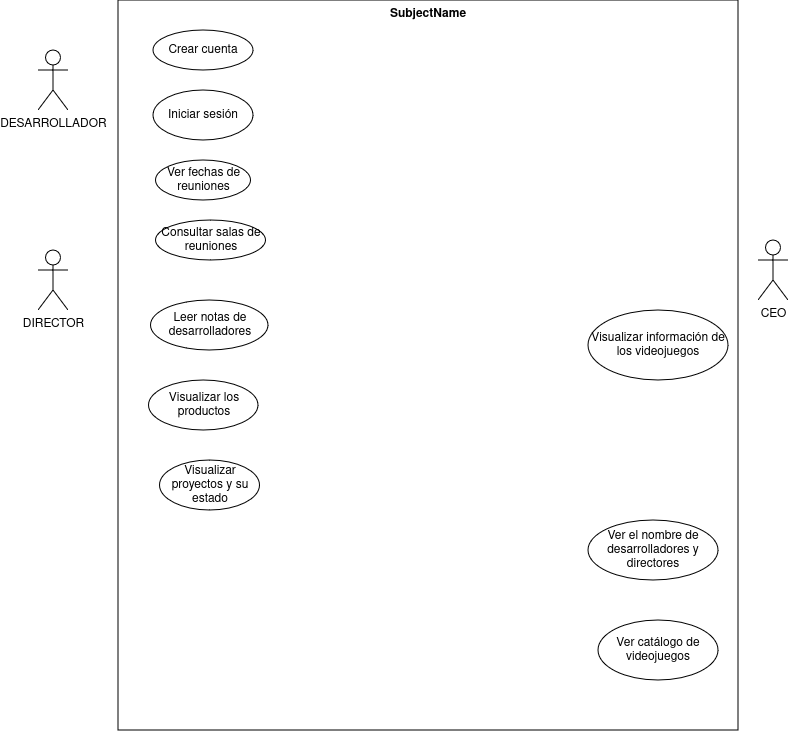
Above: images/casos-uso-app.png in Santyew/gamesgalactic (draw.io), before the change. Source tidied: cells renumbered, new cells last; positions are measured from the earlier drawing's top-left corner, leaving out a move shared by most shapes. Its diagram source:
```xml
<mxGraphModel>
  <root>
    <mxCell id="0" />
    <mxCell id="1" parent="0" />
    <mxCell id="2" value="DESARROLLADOR" style="shape=umlActor;html=1;verticalLabelPosition=bottom;verticalAlign=top;align=center;" parent="1" vertex="1">
      <mxGeometry y="50" width="30" height="60" as="geometry" />
    </mxCell>
    <mxCell id="3" value="DIRECTOR" style="shape=umlActor;html=1;verticalLabelPosition=bottom;verticalAlign=top;align=center;" parent="1" vertex="1">
      <mxGeometry y="250" width="30" height="60" as="geometry" />
    </mxCell>
    <mxCell id="4" value="&lt;div&gt;CEO&lt;/div&gt;&lt;div&gt;&lt;br&gt;&lt;/div&gt;" style="shape=umlActor;html=1;verticalLabelPosition=bottom;verticalAlign=top;align=center;" parent="1" vertex="1">
      <mxGeometry x="720" y="240" width="30" height="60" as="geometry" />
    </mxCell>
    <mxCell id="5" value="SubjectName" style="shape=rect;html=1;verticalAlign=top;fontStyle=1;whiteSpace=wrap;align=center;fillColor=none;" parent="1" vertex="1">
      <mxGeometry x="80" width="620" height="730" as="geometry" />
    </mxCell>
    <mxCell id="6" value="Iniciar sesión" style="ellipse;whiteSpace=wrap;html=1;" parent="1" vertex="1">
      <mxGeometry x="115" y="90" width="100" height="50" as="geometry" />
    </mxCell>
    <mxCell id="7" value="Ver fechas de reuniones" style="ellipse;whiteSpace=wrap;html=1;" parent="1" vertex="1">
      <mxGeometry x="117.5" y="160" width="95" height="40" as="geometry" />
    </mxCell>
    <mxCell id="8" value="Consultar salas de reuniones" style="ellipse;whiteSpace=wrap;html=1;" parent="1" vertex="1">
      <mxGeometry x="117.5" y="220" width="110" height="40" as="geometry" />
    </mxCell>
    <mxCell id="9" value="Leer notas de desarrolladores" style="ellipse;whiteSpace=wrap;html=1;" parent="1" vertex="1">
      <mxGeometry x="112.5" y="300" width="117.5" height="50" as="geometry" />
    </mxCell>
    <mxCell id="10" value="Visualizar información de los videojuegos" style="ellipse;whiteSpace=wrap;html=1;" parent="1" vertex="1">
      <mxGeometry x="550" y="310" width="140" height="70" as="geometry" />
    </mxCell>
    <mxCell id="11" value="Crear cuenta" style="ellipse;whiteSpace=wrap;html=1;" parent="1" vertex="1">
      <mxGeometry x="115" y="30" width="100" height="40" as="geometry" />
    </mxCell>
    <mxCell id="12" value="Ver catálogo de videojuegos" style="ellipse;whiteSpace=wrap;html=1;" parent="1" vertex="1">
      <mxGeometry x="560" y="620" width="120" height="60" as="geometry" />
    </mxCell>
    <mxCell id="13" value="Ver el nombre de desarrolladores y directores" style="ellipse;whiteSpace=wrap;html=1;" parent="1" vertex="1">
      <mxGeometry x="550" y="520" width="130" height="60" as="geometry" />
    </mxCell>
    <mxCell id="14" value="Visualizar los productos" style="ellipse;whiteSpace=wrap;html=1;" parent="1" vertex="1">
      <mxGeometry x="110.5" y="380" width="109.5" height="50" as="geometry" />
    </mxCell>
    <mxCell id="15" value="Visualizar proyectos y su estado" style="ellipse;whiteSpace=wrap;html=1;" parent="1" vertex="1">
      <mxGeometry x="121.5" y="460" width="100" height="50" as="geometry" />
    </mxCell>
  </root>
</mxGraphModel>
```
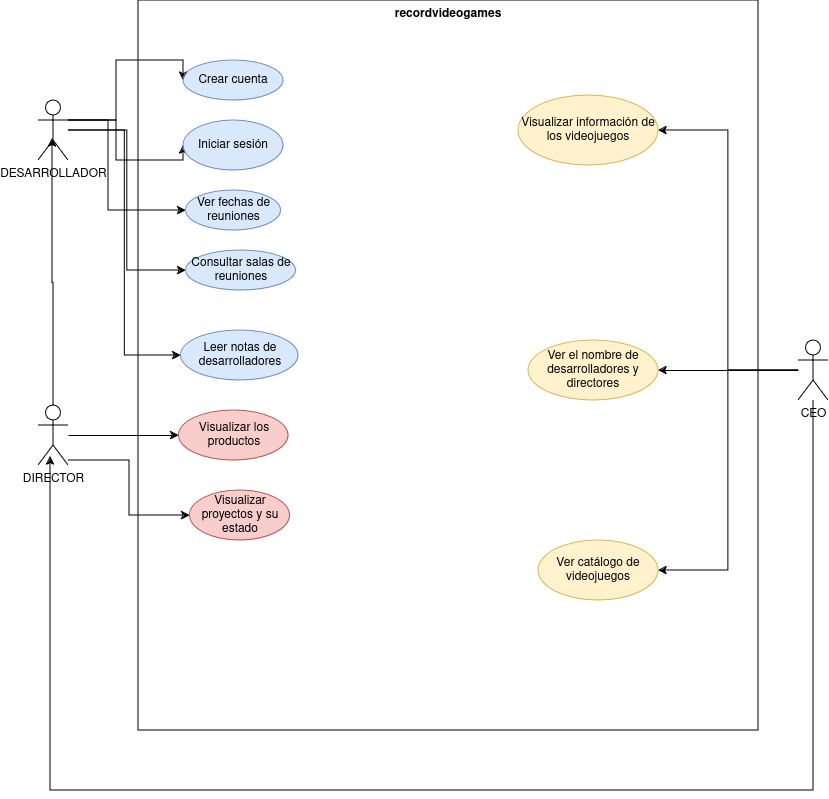
Above is the later version.

Diff of the diagram source:
```diff
@@ -2,47 +2,110 @@
   <root>
     <mxCell id="0" />
     <mxCell id="1" parent="0" />
+    <mxCell id="16" style="edgeStyle=orthogonalEdgeStyle;rounded=0;jettySize=auto;html=1;entryX=0;entryY=0.5;entryDx=0;entryDy=0;" parent="1" edge="1" source="2" target="11">
+      <mxGeometry relative="1" as="geometry">
+        <Array as="points">
+          <mxPoint x="48" y="90" />
+          <mxPoint x="48" y="30" />
+          <mxPoint x="115" y="30" />
+        </Array>
+      </mxGeometry>
+    </mxCell>
+    <mxCell id="17" style="edgeStyle=orthogonalEdgeStyle;rounded=0;jettySize=auto;html=1;entryX=0;entryY=0.5;entryDx=0;entryDy=0;" parent="1" edge="1" source="2" target="6">
+      <mxGeometry relative="1" as="geometry">
+        <Array as="points">
+          <mxPoint x="48" y="90" />
+          <mxPoint x="48" y="130" />
+          <mxPoint x="115" y="130" />
+        </Array>
+      </mxGeometry>
+    </mxCell>
+    <mxCell id="18" style="edgeStyle=orthogonalEdgeStyle;rounded=0;jettySize=auto;html=1;entryX=0;entryY=0.5;entryDx=0;entryDy=0;" parent="1" edge="1" source="2" target="7">
+      <mxGeometry relative="1" as="geometry">
+        <Array as="points">
+          <mxPoint x="40" y="90" />
+          <mxPoint x="40" y="180" />
+        </Array>
+      </mxGeometry>
+    </mxCell>
+    <mxCell id="19" style="edgeStyle=orthogonalEdgeStyle;rounded=0;jettySize=auto;html=1;entryX=0;entryY=0.5;entryDx=0;entryDy=0;" parent="1" edge="1" source="2" target="9">
+      <mxGeometry relative="1" as="geometry" />
+    </mxCell>
+    <mxCell id="20" style="edgeStyle=orthogonalEdgeStyle;rounded=0;jettySize=auto;html=1;entryX=0;entryY=0.5;entryDx=0;entryDy=0;" parent="1" edge="1" source="2" target="8">
+      <mxGeometry relative="1" as="geometry" />
+    </mxCell>
     <mxCell id="2" value="DESARROLLADOR" style="shape=umlActor;html=1;verticalLabelPosition=bottom;verticalAlign=top;align=center;" parent="1" vertex="1">
-      <mxGeometry y="50" width="30" height="60" as="geometry" />
+      <mxGeometry x="-30" y="70" width="30" height="60" as="geometry" />
     </mxCell>
+    <mxCell id="21" style="edgeStyle=orthogonalEdgeStyle;rounded=0;jettySize=auto;html=1;entryX=0;entryY=0.5;entryDx=0;entryDy=0;" parent="1" edge="1" source="3" target="14">
+      <mxGeometry relative="1" as="geometry" />
+    </mxCell>
+    <mxCell id="22" style="edgeStyle=orthogonalEdgeStyle;rounded=0;jettySize=auto;html=1;entryX=0;entryY=0.5;entryDx=0;entryDy=0;" parent="1" edge="1" source="3" target="15">
+      <mxGeometry relative="1" as="geometry">
+        <Array as="points">
+          <mxPoint x="61" y="430" />
+          <mxPoint x="61" y="485" />
+        </Array>
+      </mxGeometry>
+    </mxCell>
     <mxCell id="3" value="DIRECTOR" style="shape=umlActor;html=1;verticalLabelPosition=bottom;verticalAlign=top;align=center;" parent="1" vertex="1">
-      <mxGeometry y="250" width="30" height="60" as="geometry" />
+      <mxGeometry x="-30" y="375" width="30" height="60" as="geometry" />
     </mxCell>
+    <mxCell id="23" style="edgeStyle=orthogonalEdgeStyle;rounded=0;jettySize=auto;html=1;entryX=1;entryY=0.5;entryDx=0;entryDy=0;" parent="1" edge="1" source="4" target="10">
+      <mxGeometry relative="1" as="geometry" />
+    </mxCell>
+    <mxCell id="24" style="edgeStyle=orthogonalEdgeStyle;rounded=0;jettySize=auto;html=1;entryX=1;entryY=0.5;entryDx=0;entryDy=0;" parent="1" edge="1" source="4" target="13">
+      <mxGeometry relative="1" as="geometry" />
+    </mxCell>
+    <mxCell id="25" style="edgeStyle=orthogonalEdgeStyle;rounded=0;jettySize=auto;html=1;entryX=1;entryY=0.5;entryDx=0;entryDy=0;" parent="1" edge="1" source="4" target="12">
+      <mxGeometry relative="1" as="geometry" />
+    </mxCell>
     <mxCell id="4" value="&lt;div&gt;CEO&lt;/div&gt;&lt;div&gt;&lt;br&gt;&lt;/div&gt;" style="shape=umlActor;html=1;verticalLabelPosition=bottom;verticalAlign=top;align=center;" parent="1" vertex="1">
-      <mxGeometry x="720" y="240" width="30" height="60" as="geometry" />
+      <mxGeometry x="730" y="310" width="30" height="60" as="geometry" />
     </mxCell>
-    <mxCell id="5" value="SubjectName" style="shape=rect;html=1;verticalAlign=top;fontStyle=1;whiteSpace=wrap;align=center;fillColor=none;" parent="1" vertex="1">
-      <mxGeometry x="80" width="620" height="730" as="geometry" />
+    <mxCell id="5" value="&lt;div&gt;recordvideogames&lt;/div&gt;&lt;div&gt;&lt;br&gt;&lt;/div&gt;" style="shape=rect;html=1;verticalAlign=top;fontStyle=1;whiteSpace=wrap;align=center;fillColor=none;" parent="1" vertex="1">
+      <mxGeometry x="70" y="-30" width="620" height="730" as="geometry" />
     </mxCell>
-    <mxCell id="6" value="Iniciar sesión" style="ellipse;whiteSpace=wrap;html=1;" parent="1" vertex="1">
+    <mxCell id="6" value="Iniciar sesión" style="ellipse;whiteSpace=wrap;html=1;fillColor=#dae8fc;strokeColor=#6c8ebf;" parent="1" vertex="1">
       <mxGeometry x="115" y="90" width="100" height="50" as="geometry" />
     </mxCell>
-    <mxCell id="7" value="Ver fechas de reuniones" style="ellipse;whiteSpace=wrap;html=1;" parent="1" vertex="1">
+    <mxCell id="7" value="Ver fechas de reuniones" style="ellipse;whiteSpace=wrap;html=1;fillColor=#dae8fc;strokeColor=#6c8ebf;" parent="1" vertex="1">
       <mxGeometry x="117.5" y="160" width="95" height="40" as="geometry" />
     </mxCell>
-    <mxCell id="8" value="Consultar salas de reuniones" style="ellipse;whiteSpace=wrap;html=1;" parent="1" vertex="1">
+    <mxCell id="8" value="Consultar salas de reuniones" style="ellipse;whiteSpace=wrap;html=1;fillColor=#dae8fc;strokeColor=#6c8ebf;" parent="1" vertex="1">
       <mxGeometry x="117.5" y="220" width="110" height="40" as="geometry" />
     </mxCell>
-    <mxCell id="9" value="Leer notas de desarrolladores" style="ellipse;whiteSpace=wrap;html=1;" parent="1" vertex="1">
+    <mxCell id="9" value="Leer notas de desarrolladores" style="ellipse;whiteSpace=wrap;html=1;fillColor=#dae8fc;strokeColor=#6c8ebf;" parent="1" vertex="1">
       <mxGeometry x="112.5" y="300" width="117.5" height="50" as="geometry" />
     </mxCell>
-    <mxCell id="10" value="Visualizar información de los videojuegos" style="ellipse;whiteSpace=wrap;html=1;" parent="1" vertex="1">
-      <mxGeometry x="550" y="310" width="140" height="70" as="geometry" />
+    <mxCell id="10" value="Visualizar información de los videojuegos" style="ellipse;whiteSpace=wrap;html=1;fillColor=#fff2cc;strokeColor=#d6b656;" parent="1" vertex="1">
+      <mxGeometry x="450" y="65" width="140" height="70" as="geometry" />
     </mxCell>
-    <mxCell id="11" value="Crear cuenta" style="ellipse;whiteSpace=wrap;html=1;" parent="1" vertex="1">
+    <mxCell id="11" value="Crear cuenta" style="ellipse;whiteSpace=wrap;html=1;fillColor=#dae8fc;strokeColor=#6c8ebf;" parent="1" vertex="1">
       <mxGeometry x="115" y="30" width="100" height="40" as="geometry" />
     </mxCell>
-    <mxCell id="12" value="Ver catálogo de videojuegos" style="ellipse;whiteSpace=wrap;html=1;" parent="1" vertex="1">
-      <mxGeometry x="560" y="620" width="120" height="60" as="geometry" />
+    <mxCell id="12" value="Ver catálogo de videojuegos" style="ellipse;whiteSpace=wrap;html=1;fillColor=#fff2cc;strokeColor=#d6b656;" parent="1" vertex="1">
+      <mxGeometry x="470" y="510" width="120" height="60" as="geometry" />
     </mxCell>
-    <mxCell id="13" value="Ver el nombre de desarrolladores y directores" style="ellipse;whiteSpace=wrap;html=1;" parent="1" vertex="1">
-      <mxGeometry x="550" y="520" width="130" height="60" as="geometry" />
+    <mxCell id="13" value="Ver el nombre de desarrolladores y directores" style="ellipse;whiteSpace=wrap;html=1;fillColor=#fff2cc;strokeColor=#d6b656;" parent="1" vertex="1">
+      <mxGeometry x="460" y="310" width="130" height="60" as="geometry" />
     </mxCell>
-    <mxCell id="14" value="Visualizar los productos" style="ellipse;whiteSpace=wrap;html=1;" parent="1" vertex="1">
+    <mxCell id="14" value="Visualizar los productos" style="ellipse;whiteSpace=wrap;html=1;fillColor=#f8cecc;strokeColor=#b85450;" parent="1" vertex="1">
       <mxGeometry x="110.5" y="380" width="109.5" height="50" as="geometry" />
     </mxCell>
-    <mxCell id="15" value="Visualizar proyectos y su estado" style="ellipse;whiteSpace=wrap;html=1;" parent="1" vertex="1">
+    <mxCell id="15" value="Visualizar proyectos y su estado" style="ellipse;whiteSpace=wrap;html=1;fillColor=#f8cecc;strokeColor=#b85450;" parent="1" vertex="1">
       <mxGeometry x="121.5" y="460" width="100" height="50" as="geometry" />
     </mxCell>
+    <mxCell id="26" style="edgeStyle=orthogonalEdgeStyle;rounded=0;jettySize=auto;html=1;entryX=0.467;entryY=0.633;entryDx=0;entryDy=0;entryPerimeter=0;" parent="1" edge="1" source="3" target="2">
+      <mxGeometry relative="1" as="geometry" />
+    </mxCell>
+    <mxCell id="27" style="edgeStyle=orthogonalEdgeStyle;rounded=0;jettySize=auto;html=1;entryX=0.4;entryY=0.85;entryDx=0;entryDy=0;entryPerimeter=0;" parent="1" edge="1" source="4" target="3">
+      <mxGeometry relative="1" as="geometry">
+        <Array as="points">
+          <mxPoint x="745" y="760" />
+          <mxPoint x="-18" y="760" />
+        </Array>
+      </mxGeometry>
+    </mxCell>
   </root>
 </mxGraphModel>
```
